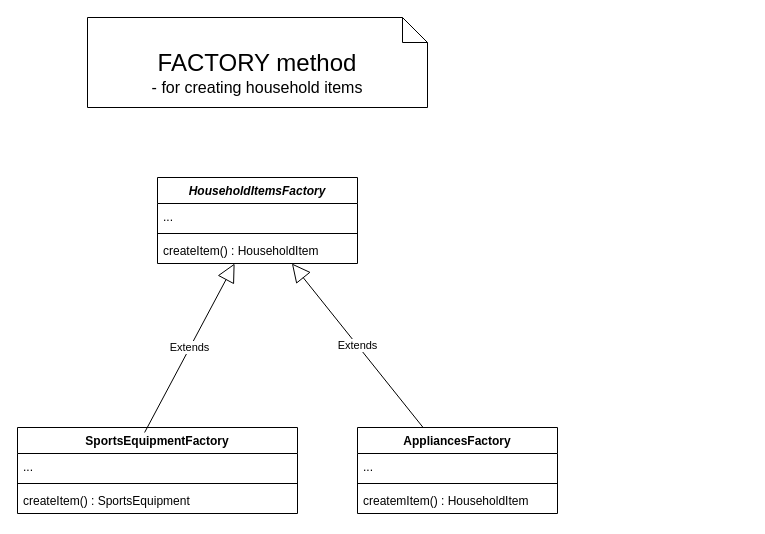
alfacentaur1/omo_objectModel keeps this draw.io diagram as Diagram bez názvu.drawio. Above is the earlier version. Source tidied: cells renumbered, new cells numbered last; positions are measured from the earlier drawing's top-left corner, leaving out a move shared by most shapes. Both pictures are drawn from the tidied source at 100%, with x=0, y=0 at pixel (17, 17).
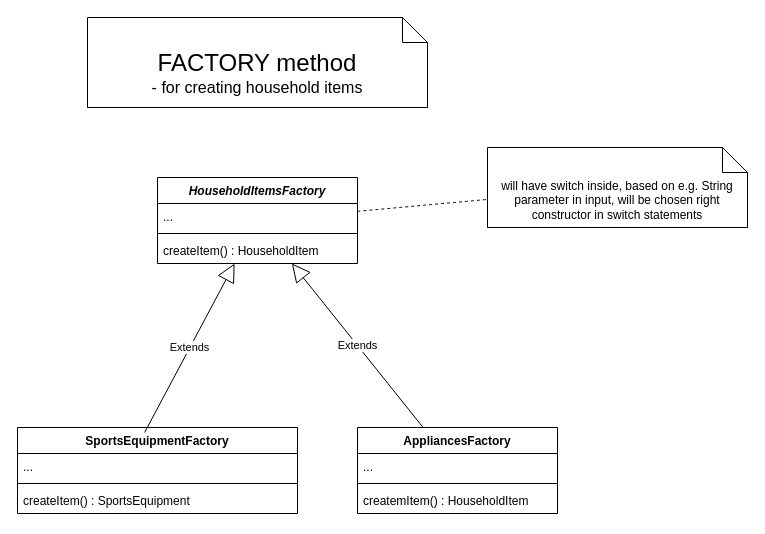
The same diagram, later.

Commit message:
update factory method

The edit, as a diff of the source:
```diff
@@
 <mxGraphModel>
   <root>
     <mxCell id="0" />
     <mxCell id="1" parent="0" />
     <mxCell id="2" value="&lt;span style=&quot;font-size: 24px;&quot;&gt;FACTORY method&lt;/span&gt;&lt;div&gt;&lt;font size=&quot;3&quot;&gt;- for creating household items&lt;/font&gt;&lt;br&gt;&lt;div&gt;&lt;br&gt;&lt;/div&gt;&lt;/div&gt;" style="shape=note2;boundedLbl=1;whiteSpace=wrap;html=1;size=25;verticalAlign=top;align=center;" parent="1" vertex="1">
       <mxGeometry x="70" width="340" height="90" as="geometry" />
     </mxCell>
     <mxCell id="3" value="SportsEquipmentFactory" style="swimlane;fontStyle=1;align=center;verticalAlign=top;horizontal=1;startSize=26;whiteSpace=wrap;html=1;" parent="1" vertex="1">
       <mxGeometry y="410" width="280" height="86" as="geometry" />
     </mxCell>
     <mxCell id="4" value="..." style="text;strokeColor=none;fillColor=none;align=left;verticalAlign=top;spacingLeft=4;spacingRight=4;overflow=hidden;whiteSpace=wrap;html=1;" parent="3" vertex="1">
       <mxGeometry y="26" width="280" height="26" as="geometry" />
     </mxCell>
     <mxCell id="5" style="line;strokeWidth=1;fillColor=none;align=left;verticalAlign=middle;spacingTop=-1;spacingLeft=3;spacingRight=3;labelPosition=right;strokeColor=inherit;" parent="3" vertex="1">
       <mxGeometry y="52" width="280" height="8" as="geometry" />
     </mxCell>
     <mxCell id="6" value="createItem() : SportsEquipment" style="text;strokeColor=none;fillColor=none;align=left;verticalAlign=top;spacingLeft=4;spacingRight=4;overflow=hidden;whiteSpace=wrap;html=1;" parent="3" vertex="1">
       <mxGeometry y="60" width="280" height="26" as="geometry" />
     </mxCell>
     <mxCell id="7" value="&lt;i&gt;HouseholdItemsFactory&lt;/i&gt;" style="swimlane;fontStyle=1;align=center;verticalAlign=top;horizontal=1;startSize=26;whiteSpace=wrap;html=1;" parent="1" vertex="1">
       <mxGeometry x="140" y="160" width="200" height="86" as="geometry" />
     </mxCell>
     <mxCell id="8" value="..." style="text;strokeColor=none;fillColor=none;align=left;verticalAlign=top;spacingLeft=4;spacingRight=4;overflow=hidden;whiteSpace=wrap;html=1;" parent="7" vertex="1">
       <mxGeometry y="26" width="200" height="26" as="geometry" />
     </mxCell>
     <mxCell id="9" style="line;strokeWidth=1;fillColor=none;align=left;verticalAlign=middle;spacingTop=-1;spacingLeft=3;spacingRight=3;labelPosition=right;strokeColor=inherit;" parent="7" vertex="1">
       <mxGeometry y="52" width="200" height="8" as="geometry" />
     </mxCell>
     <mxCell id="10" value="createItem() : HouseholdItem" style="text;strokeColor=none;fillColor=none;align=left;verticalAlign=top;spacingLeft=4;spacingRight=4;overflow=hidden;whiteSpace=wrap;html=1;" parent="7" vertex="1">
       <mxGeometry y="60" width="200" height="26" as="geometry" />
     </mxCell>
     <mxCell id="11" value="AppliancesFactory" style="swimlane;fontStyle=1;align=center;verticalAlign=top;horizontal=1;startSize=26;whiteSpace=wrap;html=1;" parent="1" vertex="1">
       <mxGeometry x="340" y="410" width="200" height="86" as="geometry" />
     </mxCell>
     <mxCell id="12" value="..." style="text;strokeColor=none;fillColor=none;align=left;verticalAlign=top;spacingLeft=4;spacingRight=4;overflow=hidden;whiteSpace=wrap;html=1;" parent="11" vertex="1">
       <mxGeometry y="26" width="200" height="26" as="geometry" />
     </mxCell>
     <mxCell id="13" style="line;strokeWidth=1;fillColor=none;align=left;verticalAlign=middle;spacingTop=-1;spacingLeft=3;spacingRight=3;labelPosition=right;strokeColor=inherit;" parent="11" vertex="1">
       <mxGeometry y="52" width="200" height="8" as="geometry" />
     </mxCell>
     <mxCell id="14" value="createmItem() : HouseholdItem" style="text;strokeColor=none;fillColor=none;align=left;verticalAlign=top;spacingLeft=4;spacingRight=4;overflow=hidden;whiteSpace=wrap;html=1;" parent="11" vertex="1">
       <mxGeometry y="60" width="200" height="26" as="geometry" />
     </mxCell>
     <mxCell id="15" value="Extends" style="endArrow=block;endSize=16;endFill=0;html=1;rounded=0;exitX=0.454;exitY=0.058;exitDx=0;exitDy=0;exitPerimeter=0;" parent="1" edge="1" source="3" target="7">
       <mxGeometry relative="1" as="geometry" />
     </mxCell>
     <mxCell id="16" value="Extends" style="endArrow=block;endSize=16;endFill=0;html=1;rounded=0;" parent="1" edge="1" source="11" target="7">
       <mxGeometry relative="1" as="geometry" />
     </mxCell>
+    <mxCell id="17" value="&lt;div&gt;&lt;div&gt;&lt;font&gt;will have switch inside, based on e.g. String parameter in input, will be chosen right constructor in switch statements&lt;/font&gt;&lt;/div&gt;&lt;/div&gt;" style="shape=note2;boundedLbl=1;whiteSpace=wrap;html=1;size=25;verticalAlign=top;align=center;" parent="1" vertex="1">
+      <mxGeometry x="470" y="130" width="260" height="80" as="geometry" />
+    </mxCell>
+    <mxCell id="18" style="endArrow=none;dashed=1;html=1;rounded=0;fontSize=12;startSize=8;endSize=8;curved=1;" parent="1" edge="1" source="7" target="17">
+      <mxGeometry relative="1" as="geometry" />
+    </mxCell>
   </root>
 </mxGraphModel>
```
